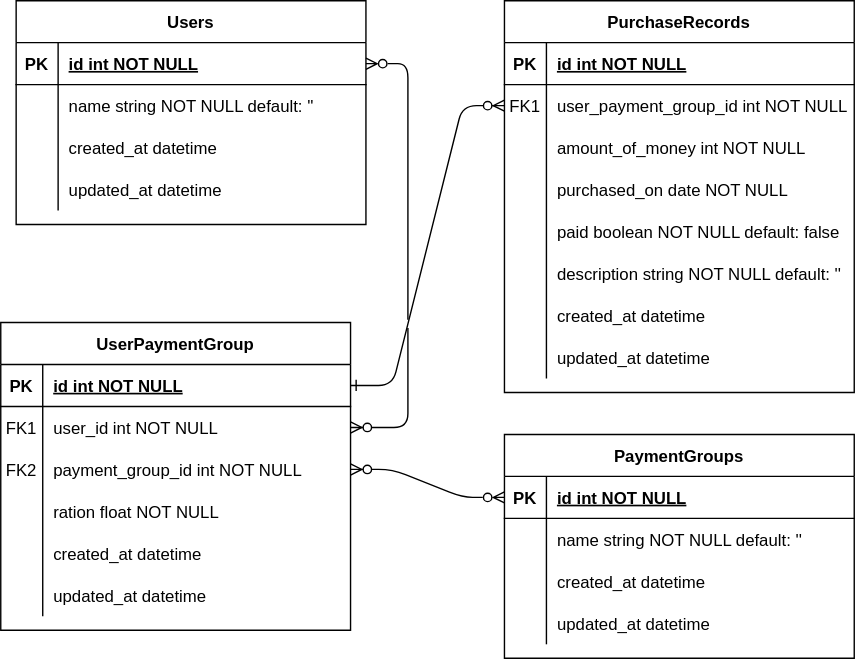
a-yossy/dutch_account keeps this draw.io diagram as er-diagram/er.svg. Above is the earlier version. Source tidied: cells renumbered, new cells last; positions are measured from the earlier drawing's top-left corner, leaving out a move shared by most shapes.
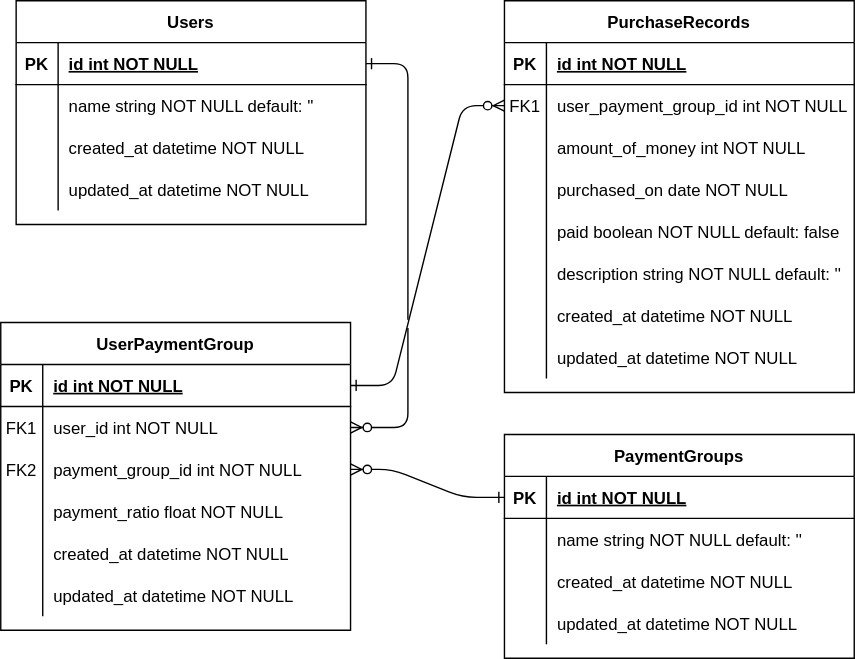
The same file after the commit.

What changed in the source:
```diff
@@ -41,7 +41,7 @@
     <mxCell id="14" style="shape=partialRectangle;overflow=hidden;fillColor=none;top=0;left=0;bottom=0;right=0;" parent="13" vertex="1">
       <mxGeometry width="30" height="30" as="geometry" />
     </mxCell>
-    <mxCell id="15" value="ration float NOT NULL" style="shape=partialRectangle;overflow=hidden;fillColor=none;top=0;left=0;bottom=0;right=0;align=left;spacingLeft=6;" parent="13" vertex="1">
+    <mxCell id="15" value="payment_ratio float NOT NULL" style="shape=partialRectangle;overflow=hidden;fillColor=none;top=0;left=0;bottom=0;right=0;align=left;spacingLeft=6;" parent="13" vertex="1">
       <mxGeometry x="30" width="220" height="30" as="geometry" />
     </mxCell>
     <mxCell id="16" style="shape=partialRectangle;fillColor=none;top=0;left=0;right=0;bottom=0;" parent="3" vertex="1">
@@ -50,7 +50,7 @@
     <mxCell id="17" style="shape=partialRectangle;overflow=hidden;fillColor=none;top=0;left=0;bottom=0;right=0;" parent="16" vertex="1">
       <mxGeometry width="30" height="30" as="geometry" />
     </mxCell>
-    <mxCell id="18" value="created_at datetime" style="shape=partialRectangle;overflow=hidden;fillColor=none;top=0;left=0;bottom=0;right=0;align=left;spacingLeft=6;" parent="16" vertex="1">
+    <mxCell id="18" value="created_at datetime NOT NULL" style="shape=partialRectangle;overflow=hidden;fillColor=none;top=0;left=0;bottom=0;right=0;align=left;spacingLeft=6;" parent="16" vertex="1">
       <mxGeometry x="30" width="220" height="30" as="geometry" />
     </mxCell>
     <mxCell id="19" style="shape=partialRectangle;fillColor=none;top=0;left=0;right=0;bottom=0;" parent="3" vertex="1">
@@ -59,7 +59,7 @@
     <mxCell id="20" style="shape=partialRectangle;overflow=hidden;fillColor=none;top=0;left=0;bottom=0;right=0;" parent="19" vertex="1">
       <mxGeometry width="30" height="30" as="geometry" />
     </mxCell>
-    <mxCell id="21" value="updated_at datetime" style="shape=partialRectangle;overflow=hidden;fillColor=none;top=0;left=0;bottom=0;right=0;align=left;spacingLeft=6;" parent="19" vertex="1">
+    <mxCell id="21" value="updated_at datetime NOT NULL" style="shape=partialRectangle;overflow=hidden;fillColor=none;top=0;left=0;bottom=0;right=0;align=left;spacingLeft=6;" parent="19" vertex="1">
       <mxGeometry x="30" width="220" height="30" as="geometry" />
     </mxCell>
     <mxCell id="22" value="PaymentGroups" style="shape=table;startSize=30;rowLines=0;fontStyle=1;align=center;" parent="1" vertex="1">
@@ -89,7 +89,7 @@
     <mxCell id="30" style="shape=partialRectangle;overflow=hidden;fillColor=none;top=0;left=0;bottom=0;right=0;" parent="29" vertex="1">
       <mxGeometry width="30" height="30" as="geometry" />
     </mxCell>
-    <mxCell id="31" value="created_at datetime" style="shape=partialRectangle;overflow=hidden;fillColor=none;top=0;left=0;bottom=0;right=0;align=left;spacingLeft=6;" parent="29" vertex="1">
+    <mxCell id="31" value="created_at datetime NOT NULL" style="shape=partialRectangle;overflow=hidden;fillColor=none;top=0;left=0;bottom=0;right=0;align=left;spacingLeft=6;" parent="29" vertex="1">
       <mxGeometry x="30" width="220" height="30" as="geometry" />
     </mxCell>
     <mxCell id="32" style="shape=partialRectangle;fillColor=none;top=0;left=0;right=0;bottom=0;" parent="22" vertex="1">
@@ -98,7 +98,7 @@
     <mxCell id="33" style="shape=partialRectangle;overflow=hidden;fillColor=none;top=0;left=0;bottom=0;right=0;" parent="32" vertex="1">
       <mxGeometry width="30" height="30" as="geometry" />
     </mxCell>
-    <mxCell id="34" value="updated_at datetime" style="shape=partialRectangle;overflow=hidden;fillColor=none;top=0;left=0;bottom=0;right=0;align=left;spacingLeft=6;" parent="32" vertex="1">
+    <mxCell id="34" value="updated_at datetime NOT NULL" style="shape=partialRectangle;overflow=hidden;fillColor=none;top=0;left=0;bottom=0;right=0;align=left;spacingLeft=6;" parent="32" vertex="1">
       <mxGeometry x="30" width="220" height="30" as="geometry" />
     </mxCell>
     <mxCell id="35" value="Users" style="shape=table;startSize=30;rowLines=0;fontStyle=1;align=center;" parent="1" vertex="1">
@@ -128,7 +128,7 @@
     <mxCell id="43" style="shape=partialRectangle;overflow=hidden;fillColor=none;top=0;left=0;bottom=0;right=0;" parent="42" vertex="1">
       <mxGeometry width="30" height="30" as="geometry" />
     </mxCell>
-    <mxCell id="44" value="created_at datetime" style="shape=partialRectangle;overflow=hidden;fillColor=none;top=0;left=0;bottom=0;right=0;align=left;spacingLeft=6;" parent="42" vertex="1">
+    <mxCell id="44" value="created_at datetime NOT NULL" style="shape=partialRectangle;overflow=hidden;fillColor=none;top=0;left=0;bottom=0;right=0;align=left;spacingLeft=6;" parent="42" vertex="1">
       <mxGeometry x="30" width="220" height="30" as="geometry" />
     </mxCell>
     <mxCell id="45" style="shape=partialRectangle;fillColor=none;top=0;left=0;right=0;bottom=0;" parent="35" vertex="1">
@@ -137,7 +137,7 @@
     <mxCell id="46" style="shape=partialRectangle;overflow=hidden;fillColor=none;top=0;left=0;bottom=0;right=0;" parent="45" vertex="1">
       <mxGeometry width="30" height="30" as="geometry" />
     </mxCell>
-    <mxCell id="47" value="updated_at datetime" style="shape=partialRectangle;overflow=hidden;fillColor=none;top=0;left=0;bottom=0;right=0;align=left;spacingLeft=6;" parent="45" vertex="1">
+    <mxCell id="47" value="updated_at datetime NOT NULL" style="shape=partialRectangle;overflow=hidden;fillColor=none;top=0;left=0;bottom=0;right=0;align=left;spacingLeft=6;" parent="45" vertex="1">
       <mxGeometry x="30" width="220" height="30" as="geometry" />
     </mxCell>
     <mxCell id="48" value="PurchaseRecords" style="shape=table;startSize=30;rowLines=0;fontStyle=1;align=center;" parent="1" vertex="1">
@@ -203,7 +203,7 @@
     <mxCell id="68" style="shape=partialRectangle;overflow=hidden;fillColor=none;top=0;left=0;bottom=0;right=0;" parent="67" vertex="1">
       <mxGeometry width="30" height="30" as="geometry" />
     </mxCell>
-    <mxCell id="69" value="created_at datetime" style="shape=partialRectangle;overflow=hidden;fillColor=none;top=0;left=0;bottom=0;right=0;align=left;spacingLeft=6;" parent="67" vertex="1">
+    <mxCell id="69" value="created_at datetime NOT NULL" style="shape=partialRectangle;overflow=hidden;fillColor=none;top=0;left=0;bottom=0;right=0;align=left;spacingLeft=6;" parent="67" vertex="1">
       <mxGeometry x="30" width="220" height="30" as="geometry" />
     </mxCell>
     <mxCell id="70" style="shape=partialRectangle;fillColor=none;top=0;left=0;right=0;bottom=0;" parent="48" vertex="1">
@@ -212,13 +212,13 @@
     <mxCell id="71" style="shape=partialRectangle;overflow=hidden;fillColor=none;top=0;left=0;bottom=0;right=0;" parent="70" vertex="1">
       <mxGeometry width="30" height="30" as="geometry" />
     </mxCell>
-    <mxCell id="72" value="updated_at datetime" style="shape=partialRectangle;overflow=hidden;fillColor=none;top=0;left=0;bottom=0;right=0;align=left;spacingLeft=6;" parent="70" vertex="1">
+    <mxCell id="72" value="updated_at datetime NOT NULL" style="shape=partialRectangle;overflow=hidden;fillColor=none;top=0;left=0;bottom=0;right=0;align=left;spacingLeft=6;" parent="70" vertex="1">
       <mxGeometry x="30" width="220" height="30" as="geometry" />
     </mxCell>
-    <mxCell id="73" style="edgeStyle=entityRelationEdgeStyle;endArrow=ERzeroToMany;startArrow=ERzeroToMany;endFill=1;startFill=0;exitX=0;exitY=0.5;exitDx=0;exitDy=0;entryX=1;entryY=0.5;entryDx=0;entryDy=0;" parent="1" edge="1" source="23" target="10">
+    <mxCell id="73" style="edgeStyle=entityRelationEdgeStyle;endArrow=ERzeroToMany;startArrow=ERone;endFill=1;startFill=0;exitX=0;exitY=0.5;exitDx=0;exitDy=0;entryX=1;entryY=0.5;entryDx=0;entryDy=0;" parent="1" edge="1" source="23" target="10">
       <mxGeometry relative="1" as="geometry" />
     </mxCell>
-    <mxCell id="74" style="edgeStyle=entityRelationEdgeStyle;endArrow=ERzeroToMany;startArrow=ERzeroToMany;endFill=1;startFill=0;jumpStyle=gap;" parent="1" edge="1" source="36" target="7">
+    <mxCell id="74" style="edgeStyle=entityRelationEdgeStyle;endArrow=ERzeroToMany;startArrow=ERone;endFill=1;startFill=0;jumpStyle=gap;" parent="1" edge="1" source="36" target="7">
       <mxGeometry relative="1" as="geometry" />
     </mxCell>
   </root>
```
